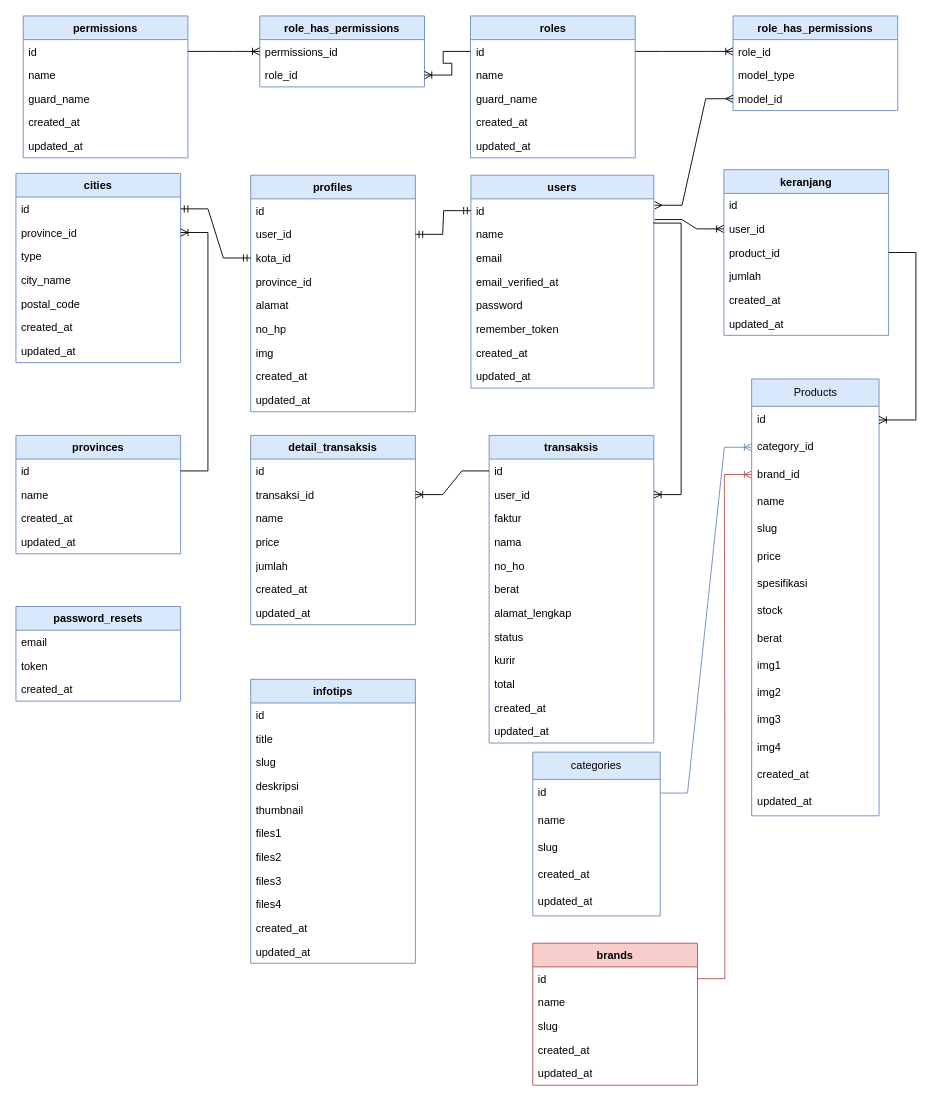
Earlier version of the draw.io diagram page "erd" (1 of 2) of classdiagram.drawio (ThikerXCX/umltoko). Source tidied: cells renumbered, new cells numbered last; positions are measured from the earlier drawing's top-left corner, leaving out a move shared by most shapes. Both pictures are drawn from the tidied source at 91%, with x=0, y=0 at pixel (15, 15).
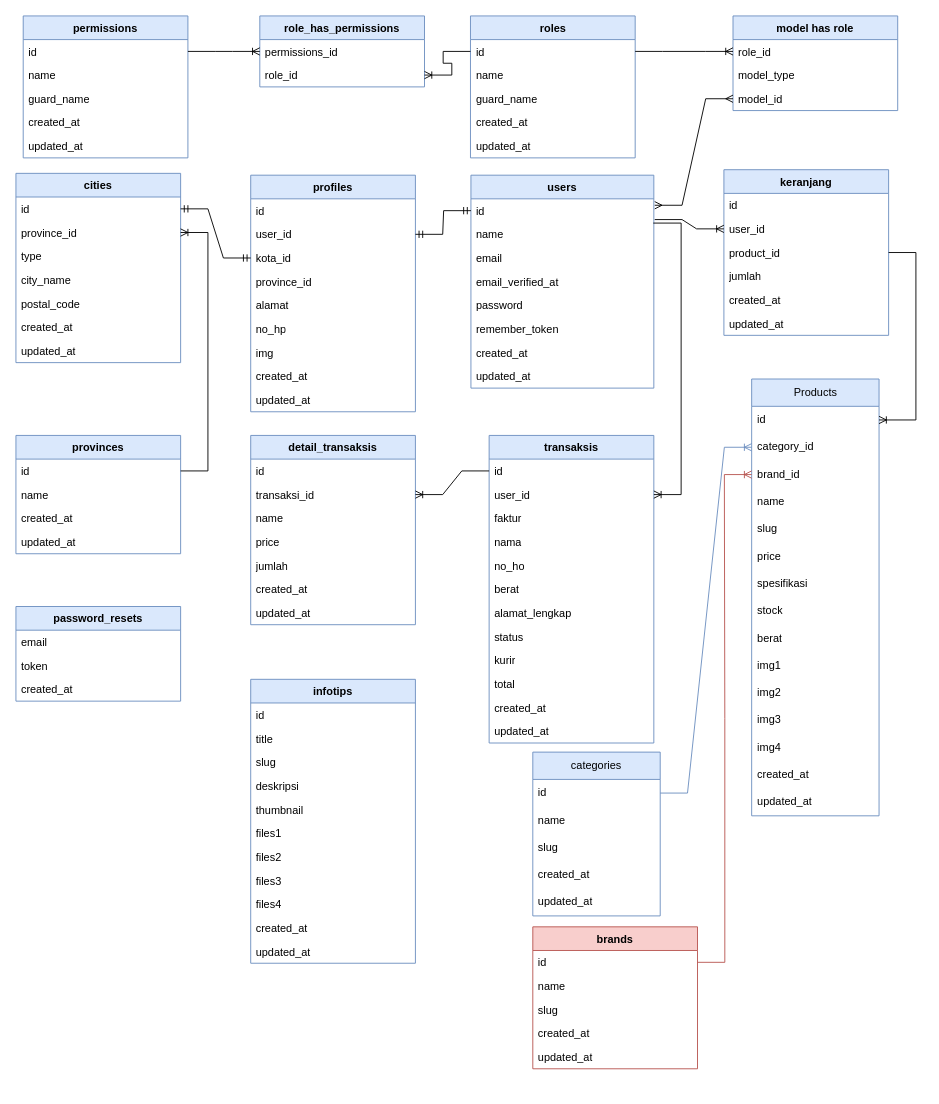
The same page after the edit.

Change to the diagram source:
```diff
@@
     <mxCell id="25" value="brands" style="swimlane;fontStyle=1;align=center;verticalAlign=top;horizontal=1;startSize=26;whiteSpace=wrap;html=1;fillColor=#f8cecc;strokeColor=#b85450;" parent="1" vertex="1">
-      <mxGeometry x="568" y="1019" width="181" height="156" as="geometry" />
+      <mxGeometry x="568" y="1001" width="181" height="156" as="geometry" />
     </mxCell>
@@
-    <mxCell id="118" value="role_has_permissions" style="swimlane;fontStyle=1;align=center;verticalAlign=top;horizontal=1;startSize=26;whiteSpace=wrap;html=1;fillColor=#dae8fc;strokeColor=#6c8ebf;" parent="1" vertex="1">
+    <mxCell id="118" value="model has role" style="swimlane;fontStyle=1;align=center;verticalAlign=top;horizontal=1;startSize=26;whiteSpace=wrap;html=1;fillColor=#dae8fc;strokeColor=#6c8ebf;" parent="1" vertex="1">
       <mxGeometry x="788" width="181" height="104" as="geometry" />
     </mxCell>
```
